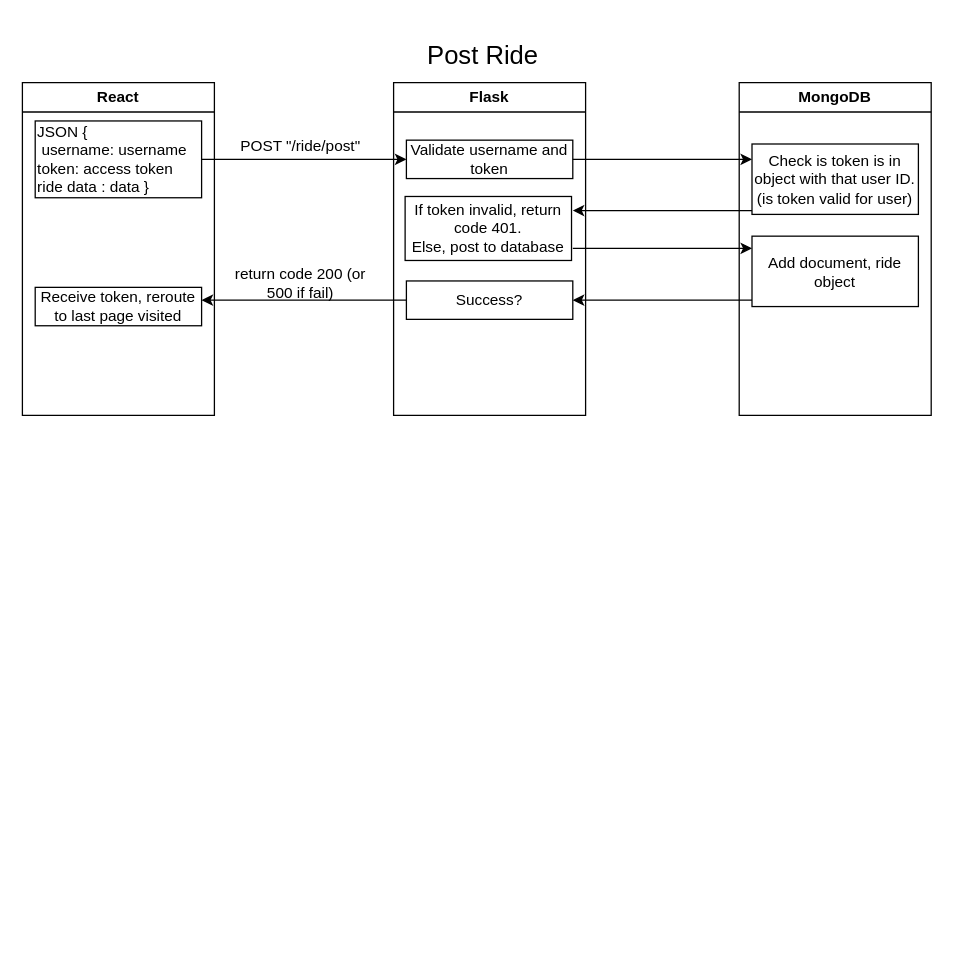
Earlier version of the draw.io diagram flowcharts/API.drawio (jdsantelicesl/carpoolBackend). Source tidied: cells renumbered, new cells numbered last; positions are measured from the earlier drawing's top-left corner, leaving out a move shared by most shapes. Both pictures are drawn from the tidied source at 128%, with x=0, y=0 at pixel (22, 22).
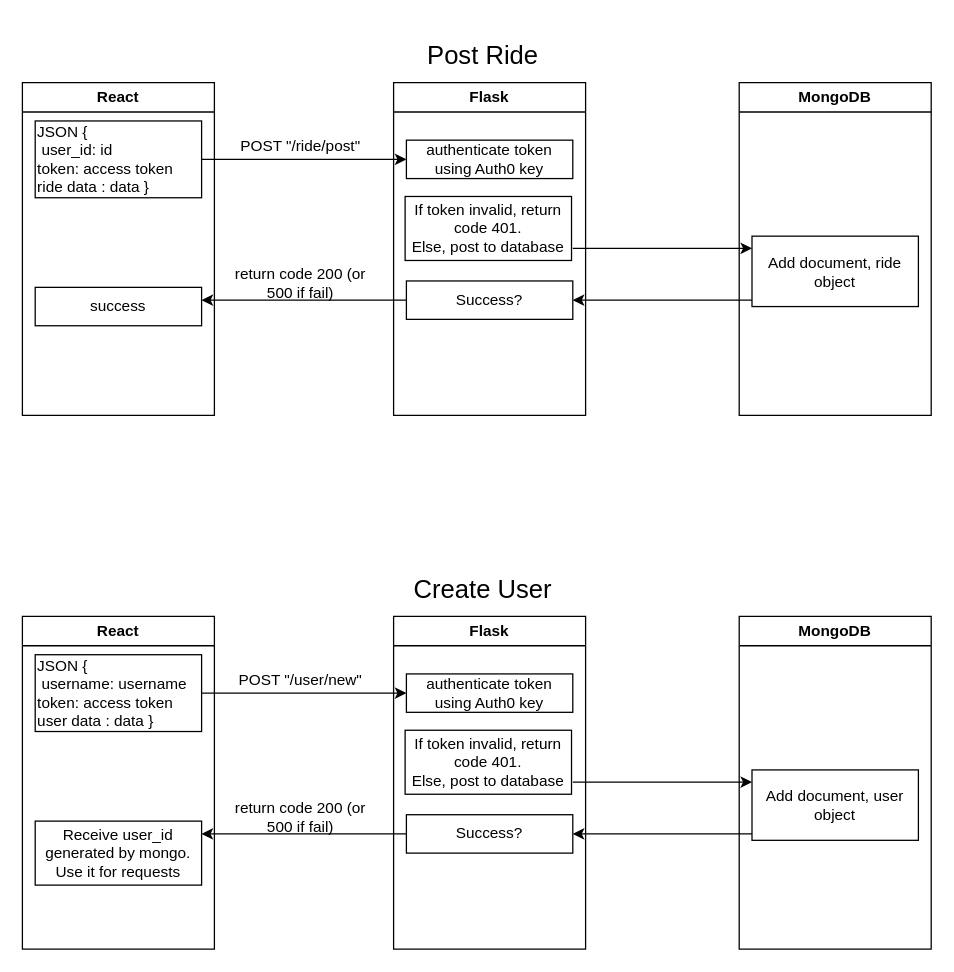
Above is the later version.

Commit message (it also covers changes not shown here):
edited flowcharts, added flow for db and api

The change refers to these unchanged cells:
```xml
<mxCell id="2" value="React" style="swimlane;whiteSpace=wrap;html=1;" parent="1" vertex="1">
  <mxGeometry y="47" width="150" height="260" as="geometry" />
</mxCell>
<mxCell id="5" value="Flask" style="swimlane;whiteSpace=wrap;html=1;" parent="1" vertex="1">
  <mxGeometry x="290" y="47" width="150" height="260" as="geometry" />
</mxCell>
<mxCell id="11" value="MongoDB" style="swimlane;whiteSpace=wrap;html=1;" parent="1" vertex="1">
  <mxGeometry x="560" y="47" width="150" height="260" as="geometry" />
</mxCell>
```

The edit, as a diff of the source:
```diff
@@
-    <mxCell id="3" value="JSON {&lt;div&gt;&lt;span style=&quot;background-color: initial;&quot;&gt;&amp;nbsp;username: username&lt;/span&gt;&lt;div&gt;&lt;div&gt;&lt;div style=&quot;&quot;&gt;token: access token&lt;/div&gt;&lt;/div&gt;&lt;/div&gt;&lt;/div&gt;&lt;div style=&quot;&quot;&gt;ride data : data }&lt;/div&gt;" style="rounded=0;whiteSpace=wrap;html=1;align=left;" parent="2" vertex="1">
+    <mxCell id="3" value="JSON {&lt;div&gt;&lt;span style=&quot;background-color: initial;&quot;&gt;&amp;nbsp;user_id: id&lt;/span&gt;&lt;div&gt;&lt;div&gt;&lt;div style=&quot;&quot;&gt;token: access token&lt;/div&gt;&lt;/div&gt;&lt;/div&gt;&lt;/div&gt;&lt;div style=&quot;&quot;&gt;ride data : data }&lt;/div&gt;" style="rounded=0;whiteSpace=wrap;html=1;align=left;" parent="2" vertex="1">
       <mxGeometry x="10" y="30" width="130" height="60" as="geometry" />
     </mxCell>
-    <mxCell id="4" value="Receive token, reroute to last page visited" style="rounded=0;whiteSpace=wrap;html=1;" parent="2" vertex="1">
+    <mxCell id="4" value="success" style="rounded=0;whiteSpace=wrap;html=1;" parent="2" vertex="1">
       <mxGeometry x="10" y="160" width="130" height="30" as="geometry" />
     </mxCell>
@@
-    <mxCell id="6" value="Validate username and token" style="rounded=0;whiteSpace=wrap;html=1;" parent="5" vertex="1">
+    <mxCell id="6" value="authenticate token using Auth0 key" style="rounded=0;whiteSpace=wrap;html=1;" parent="5" vertex="1">
       <mxGeometry x="10" y="45" width="130" height="30" as="geometry" />
     </mxCell>
@@
-    <mxCell id="12" value="Check is token is in object with that user ID.&lt;div&gt;(is token valid for user)&lt;/div&gt;" style="rounded=0;whiteSpace=wrap;html=1;" parent="11" vertex="1">
-      <mxGeometry x="10" y="48" width="130" height="55" as="geometry" />
-    </mxCell>
-    <mxCell id="13" style="edgeStyle=orthogonalEdgeStyle;rounded=0;orthogonalLoop=1;jettySize=auto;html=1;exitX=0.5;exitY=1;exitDx=0;exitDy=0;" parent="11" edge="1" source="12" target="12">
-      <mxGeometry relative="1" as="geometry" />
+    <mxCell id="13" style="edgeStyle=orthogonalEdgeStyle;rounded=0;orthogonalLoop=1;jettySize=auto;html=1;exitX=0.5;exitY=1;exitDx=0;exitDy=0;" parent="11" edge="1">
+      <mxGeometry relative="1" as="geometry">
+        <mxPoint x="75" y="103" as="sourcePoint" />
+        <mxPoint x="75" y="103" as="targetPoint" />
+      </mxGeometry>
     </mxCell>
@@
-    <mxCell id="17" style="edgeStyle=orthogonalEdgeStyle;rounded=0;orthogonalLoop=1;jettySize=auto;html=1;entryX=0;entryY=0.5;entryDx=0;entryDy=0;" parent="1" edge="1">
-      <mxGeometry relative="1" as="geometry">
-        <mxPoint x="430" y="107" as="sourcePoint" />
-        <mxPoint x="570" y="107" as="targetPoint" />
-      </mxGeometry>
-    </mxCell>
-    <mxCell id="18" style="edgeStyle=orthogonalEdgeStyle;rounded=0;orthogonalLoop=1;jettySize=auto;html=1;entryX=1;entryY=0.5;entryDx=0;entryDy=0;" parent="1" edge="1">
-      <mxGeometry relative="1" as="geometry">
-        <mxPoint x="570" y="147" as="sourcePoint" />
-        <mxPoint x="430" y="147" as="targetPoint" />
-      </mxGeometry>
-    </mxCell>
@@
+    <mxCell id="23" value="React" style="swimlane;whiteSpace=wrap;html=1;" parent="1" vertex="1">
+      <mxGeometry y="464" width="150" height="260" as="geometry" />
+    </mxCell>
+    <mxCell id="24" value="JSON {&lt;div&gt;&lt;span style=&quot;background-color: initial;&quot;&gt;&amp;nbsp;username: username&lt;/span&gt;&lt;div&gt;&lt;div&gt;&lt;div style=&quot;&quot;&gt;token: access token&lt;/div&gt;&lt;/div&gt;&lt;/div&gt;&lt;/div&gt;&lt;div style=&quot;&quot;&gt;user data : data }&lt;/div&gt;" style="rounded=0;whiteSpace=wrap;html=1;align=left;" parent="23" vertex="1">
+      <mxGeometry x="10" y="30" width="130" height="60" as="geometry" />
+    </mxCell>
+    <mxCell id="25" value="Receive user_id generated by mongo. Use it for requests" style="rounded=0;whiteSpace=wrap;html=1;" parent="23" vertex="1">
+      <mxGeometry x="10" y="160" width="130" height="50" as="geometry" />
+    </mxCell>
+    <mxCell id="26" value="Flask" style="swimlane;whiteSpace=wrap;html=1;" parent="1" vertex="1">
+      <mxGeometry x="290" y="464" width="150" height="260" as="geometry" />
+    </mxCell>
+    <mxCell id="27" value="authenticate token using Auth0 key" style="rounded=0;whiteSpace=wrap;html=1;" parent="26" vertex="1">
+      <mxGeometry x="10" y="45" width="130" height="30" as="geometry" />
+    </mxCell>
+    <mxCell id="28" style="edgeStyle=orthogonalEdgeStyle;rounded=0;orthogonalLoop=1;jettySize=auto;html=1;exitX=0.5;exitY=1;exitDx=0;exitDy=0;" parent="26" edge="1" source="27" target="27">
+      <mxGeometry relative="1" as="geometry" />
+    </mxCell>
+    <mxCell id="29" value="If token invalid, return code 401.&lt;br&gt;Else, post to database" style="rounded=0;whiteSpace=wrap;html=1;" parent="26" vertex="1">
+      <mxGeometry x="9" y="89" width="130" height="50" as="geometry" />
+    </mxCell>
+    <mxCell id="30" value="Success?" style="rounded=0;whiteSpace=wrap;html=1;" parent="26" vertex="1">
+      <mxGeometry x="10" y="155" width="130" height="30" as="geometry" />
+    </mxCell>
+    <mxCell id="31" value="POST &quot;/user/new&quot;" style="text;html=1;align=center;verticalAlign=middle;whiteSpace=wrap;rounded=0;" parent="1" vertex="1">
+      <mxGeometry x="160" y="504" width="115" height="20" as="geometry" />
+    </mxCell>
+    <mxCell id="32" value="MongoDB" style="swimlane;whiteSpace=wrap;html=1;" parent="1" vertex="1">
+      <mxGeometry x="560" y="464" width="150" height="260" as="geometry" />
+    </mxCell>
+    <mxCell id="33" style="edgeStyle=orthogonalEdgeStyle;rounded=0;orthogonalLoop=1;jettySize=auto;html=1;exitX=0.5;exitY=1;exitDx=0;exitDy=0;" parent="32" edge="1">
+      <mxGeometry relative="1" as="geometry">
+        <mxPoint x="75" y="103" as="sourcePoint" />
+        <mxPoint x="75" y="103" as="targetPoint" />
+      </mxGeometry>
+    </mxCell>
+    <mxCell id="34" value="Add document, user object" style="rounded=0;whiteSpace=wrap;html=1;" parent="32" vertex="1">
+      <mxGeometry x="10" y="120" width="130" height="55" as="geometry" />
+    </mxCell>
+    <mxCell id="35" style="edgeStyle=orthogonalEdgeStyle;rounded=0;jettySize=auto;html=1;entryX=0;entryY=0.5;entryDx=0;entryDy=0;" parent="1" edge="1" source="24" target="27">
+      <mxGeometry relative="1" as="geometry" />
+    </mxCell>
+    <mxCell id="36" value="&lt;font style=&quot;font-size: 20px;&quot;&gt;Create User&lt;/font&gt;" style="text;html=1;align=center;verticalAlign=middle;whiteSpace=wrap;rounded=0;" parent="1" vertex="1">
+      <mxGeometry x="285" y="417" width="150" height="50" as="geometry" />
+    </mxCell>
+    <mxCell id="37" style="edgeStyle=orthogonalEdgeStyle;rounded=0;orthogonalLoop=1;jettySize=auto;html=1;entryX=0;entryY=0.5;entryDx=0;entryDy=0;" parent="1" edge="1">
+      <mxGeometry relative="1" as="geometry">
+        <mxPoint x="430" y="593.5" as="sourcePoint" />
+        <mxPoint x="570" y="593.5" as="targetPoint" />
+      </mxGeometry>
+    </mxCell>
+    <mxCell id="38" style="edgeStyle=orthogonalEdgeStyle;rounded=0;orthogonalLoop=1;jettySize=auto;html=1;entryX=1;entryY=0.5;entryDx=0;entryDy=0;" parent="1" edge="1">
+      <mxGeometry relative="1" as="geometry">
+        <mxPoint x="570" y="634" as="sourcePoint" />
+        <mxPoint x="430" y="634" as="targetPoint" />
+      </mxGeometry>
+    </mxCell>
+    <mxCell id="39" style="edgeStyle=orthogonalEdgeStyle;rounded=0;orthogonalLoop=1;jettySize=auto;html=1;entryX=1;entryY=0.5;entryDx=0;entryDy=0;" parent="1" edge="1">
+      <mxGeometry relative="1" as="geometry">
+        <mxPoint x="300" y="634" as="sourcePoint" />
+        <mxPoint x="140" y="634" as="targetPoint" />
+        <Array as="points">
+          <mxPoint x="210" y="634" />
+          <mxPoint x="210" y="634" />
+        </Array>
+      </mxGeometry>
+    </mxCell>
+    <mxCell id="40" value="return code 200 (or 500 if fail)" style="text;html=1;align=center;verticalAlign=middle;whiteSpace=wrap;rounded=0;" parent="1" vertex="1">
+      <mxGeometry x="160" y="611" width="115" height="20" as="geometry" />
+    </mxCell>
```
